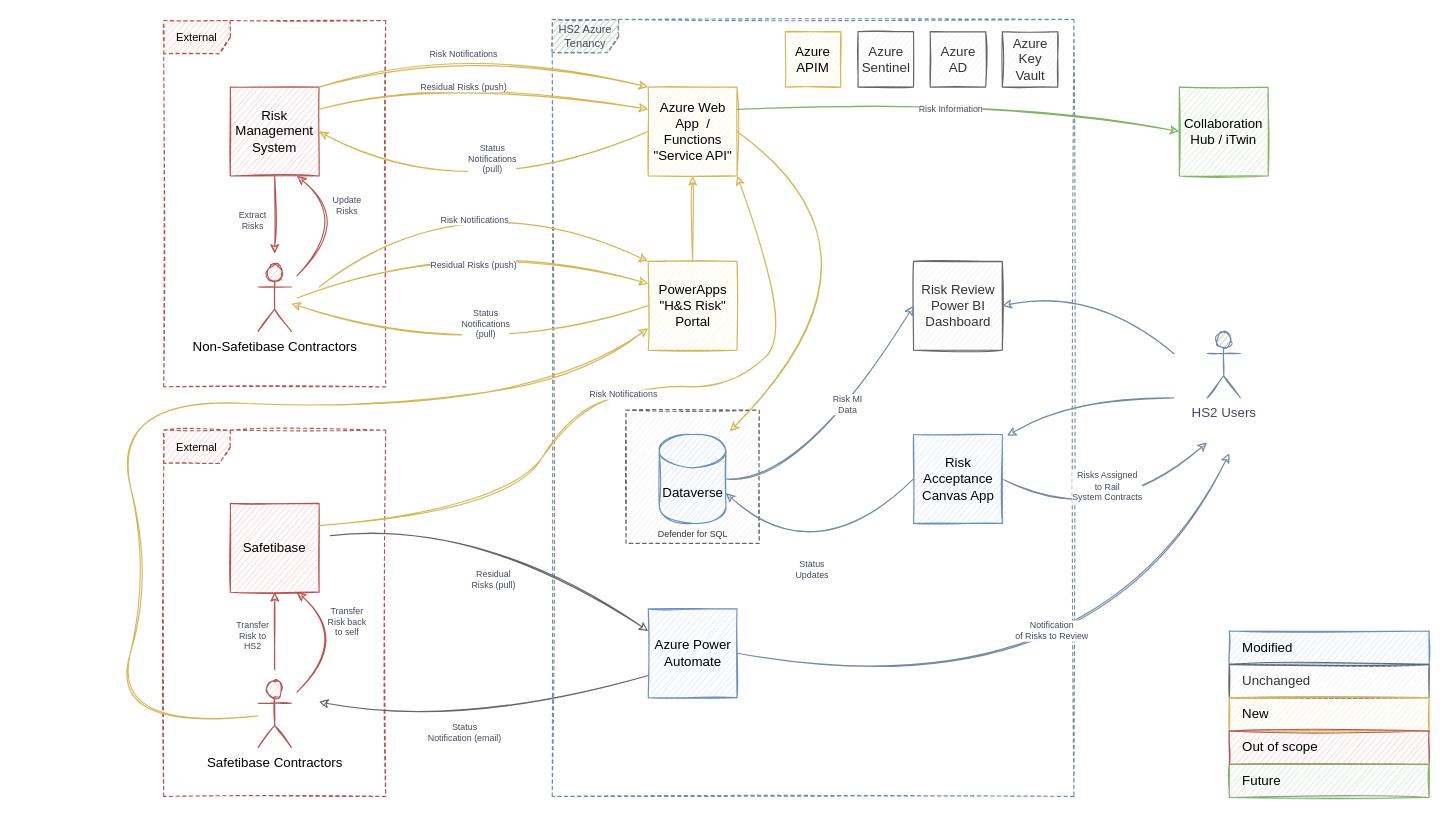
This is page "Copy of High Level Design - phase #2" (6 of 12) of P639 Diagrams.drawio from martinlt/reference, a draw.io file, before an edit. Source tidied: cells renumbered, new cells numbered last; positions are measured from the earlier drawing's top-left corner, leaving out a move shared by most shapes. Both pictures are drawn from the tidied source at 111%, with x=0, y=0 at pixel (108, 19).
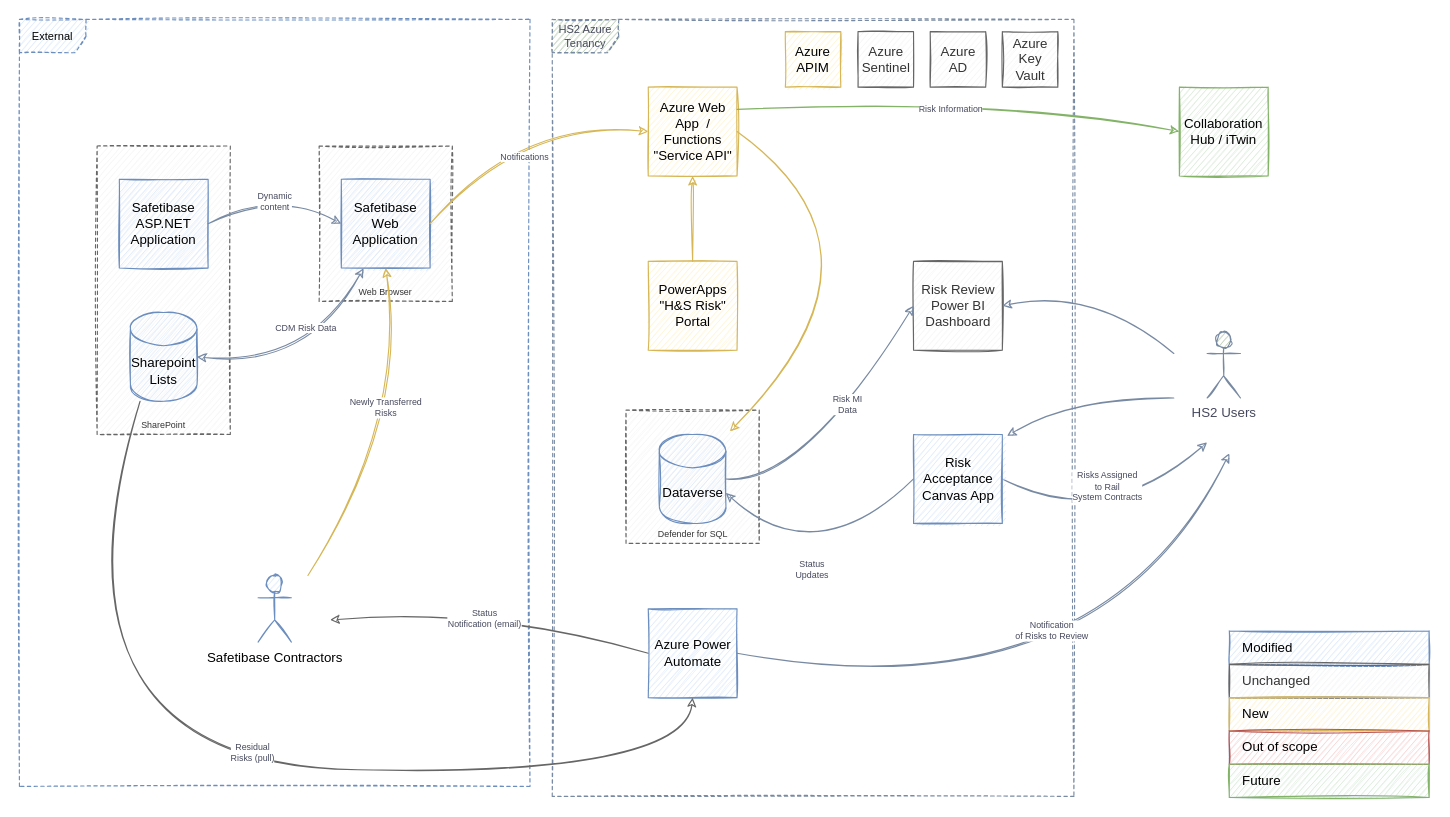
The same diagram, later.

Unchanged cells that the change refers to:
```xml
<mxCell id="6" value="Azure Power&lt;br&gt;Automate" style="whiteSpace=wrap;html=1;fillColor=#dae8fc;strokeColor=#6c8ebf;sketch=1;" parent="1" vertex="1">
  <mxGeometry x="486.5" y="531" width="80" height="80" as="geometry" />
</mxCell>
<mxCell id="38" value="Azure Web App&amp;nbsp; / Functions&lt;div&gt;&quot;Service API&quot;&lt;br&gt;&lt;/div&gt;" style="whiteSpace=wrap;html=1;fillColor=#fff2cc;strokeColor=#d6b656;sketch=1;" parent="1" vertex="1">
  <mxGeometry x="486.5" y="61" width="80" height="80" as="geometry" />
</mxCell>
<mxCell id="39" value="PowerApps &quot;H&amp;amp;S Risk&quot; Portal" style="whiteSpace=wrap;html=1;fillColor=#fff2cc;strokeColor=#d6b656;sketch=1;" parent="1" vertex="1">
  <mxGeometry x="486.5" y="218" width="80" height="80" as="geometry" />
</mxCell>
```

Change to the diagram source:
```diff
@@
-    <mxCell id="2" value="External" style="shape=umlFrame;whiteSpace=wrap;html=1;rounded=0;fillColor=#f8cecc;strokeColor=#b85450;dashed=1;fontSize=10;sketch=1;" parent="1" vertex="1">
-      <mxGeometry x="50" y="370" width="200" height="330" as="geometry" />
+    <mxCell id="2" value="External" style="shape=umlFrame;whiteSpace=wrap;html=1;rounded=0;fillColor=#dae8fc;strokeColor=#6c8ebf;dashed=1;fontSize=10;sketch=1;" parent="1" vertex="1">
+      <mxGeometry x="-80" width="460" height="691" as="geometry" />
     </mxCell>
+    <mxCell id="51" value="Web Browser" style="rounded=0;whiteSpace=wrap;html=1;dashed=1;sketch=1;strokeColor=#666666;align=center;verticalAlign=bottom;fontFamily=Helvetica;fontSize=8;fontColor=#333333;fillColor=#f5f5f5;" parent="1" vertex="1">
+      <mxGeometry x="190" y="114" width="120" height="140" as="geometry" />
+    </mxCell>
+    <mxCell id="52" value="SharePoint" style="rounded=0;whiteSpace=wrap;html=1;dashed=1;sketch=1;strokeColor=#666666;align=center;verticalAlign=bottom;fontFamily=Helvetica;fontSize=8;fontColor=#333333;fillColor=#f5f5f5;" parent="1" vertex="1">
+      <mxGeometry x="-10" y="114" width="120" height="260" as="geometry" />
+    </mxCell>
@@
-    <mxCell id="5" value="Status&lt;br style=&quot;font-size: 8px;&quot;&gt;Notification (email)" style="curved=1;endArrow=none;html=1;rounded=0;entryX=0;entryY=0.75;entryDx=0;entryDy=0;startArrow=classic;startFill=1;endFill=0;fontSize=8;strokeColor=#666666;fontColor=#46495D;sketch=1;fillColor=#f5f5f5;exitX=0.7;exitY=0.742;exitDx=0;exitDy=0;exitPerimeter=0;" parent="1" edge="1" source="2" target="6">
-      <mxGeometry x="-0.13" y="-2" relative="1" as="geometry">
+    <mxCell id="5" value="Status&lt;br style=&quot;font-size: 8px;&quot;&gt;Notification (email)" style="curved=1;endArrow=none;html=1;rounded=0;entryX=0;entryY=0.5;entryDx=0;entryDy=0;startArrow=classic;startFill=1;endFill=0;fontSize=8;strokeColor=#666666;fontColor=#46495D;sketch=1;fillColor=#f5f5f5;" parent="1" edge="1" target="6">
+      <mxGeometry x="-0.03" y="-9" relative="1" as="geometry">
+        <mxPoint x="200" y="541" as="sourcePoint" />
         <Array as="points">
-          <mxPoint x="320" y="641" />
+          <mxPoint x="340" y="531" />
         </Array>
       </mxGeometry>
     </mxCell>
@@
-    <mxCell id="7" value="Residual&lt;br style=&quot;font-size: 8px;&quot;&gt;Risks (pull)" style="curved=1;endArrow=classic;html=1;rounded=0;fontSize=8;entryX=0;entryY=0.25;entryDx=0;entryDy=0;strokeColor=#666666;fontColor=#46495D;sketch=1;fillColor=#f5f5f5;endFill=0;startArrow=none;startFill=0;exitX=0.75;exitY=0.288;exitDx=0;exitDy=0;exitPerimeter=0;" parent="1" edge="1" source="2" target="6">
-      <mxGeometry x="0.11" y="-40" relative="1" as="geometry">
+    <mxCell id="7" value="Residual&lt;br style=&quot;font-size: 8px;&quot;&gt;Risks (pull)" style="curved=1;endArrow=classic;html=1;rounded=0;fontSize=8;entryX=0.5;entryY=1;entryDx=0;entryDy=0;strokeColor=#666666;fontColor=#46495D;sketch=1;fillColor=#f5f5f5;endFill=0;startArrow=none;startFill=0;exitX=0.145;exitY=1;exitDx=0;exitDy=-4.35;exitPerimeter=0;" parent="1" edge="1" target="6">
+      <mxGeometry x="0.08" y="13" relative="1" as="geometry">
+        <mxPoint x="28.7" y="344" as="sourcePoint" />
         <Array as="points">
-          <mxPoint x="340" y="451" />
+          <mxPoint x="-70" y="671" />
+          <mxPoint x="520" y="681" />
         </Array>
       </mxGeometry>
     </mxCell>
@@
-    <mxCell id="21" value="Safetibase" style="whiteSpace=wrap;html=1;fillColor=#f8cecc;strokeColor=#b85450;sketch=1;" parent="1" vertex="1">
-      <mxGeometry x="110" y="436" width="80" height="80" as="geometry" />
+    <mxCell id="21" value="Safetibase ASP.NET&lt;div&gt;Application&lt;/div&gt;" style="whiteSpace=wrap;html=1;fillColor=#dae8fc;strokeColor=#6c8ebf;sketch=1;" parent="1" vertex="1">
+      <mxGeometry x="10" y="144" width="80" height="80" as="geometry" />
     </mxCell>
-    <mxCell id="22" value="Transfer&lt;br style=&quot;font-size: 8px;&quot;&gt;Risk to&lt;br style=&quot;font-size: 8px;&quot;&gt;HS2" style="endArrow=classic;html=1;rounded=0;exitX=0.5;exitY=0;exitDx=0;exitDy=0;fontSize=8;strokeColor=#b85450;fontColor=#46495D;sketch=1;fillColor=#f8cecc;" parent="1" edge="1" target="21">
-      <mxGeometry x="-0.14" y="20" relative="1" as="geometry">
-        <mxPoint x="150" y="586" as="sourcePoint" />
-      </mxGeometry>
-    </mxCell>
-    <mxCell id="23" value="Safetibase Contractors" style="shape=umlActor;verticalLabelPosition=bottom;verticalAlign=top;html=1;outlineConnect=0;rounded=0;fillColor=#f8cecc;strokeColor=#b85450;sketch=1;" parent="1" vertex="1">
-      <mxGeometry x="135" y="596" width="30" height="60" as="geometry" />
+    <mxCell id="23" value="Safetibase Contractors" style="shape=umlActor;verticalLabelPosition=bottom;verticalAlign=top;html=1;outlineConnect=0;rounded=0;fillColor=#dae8fc;strokeColor=#6c8ebf;sketch=1;" parent="1" vertex="1">
+      <mxGeometry x="135" y="501" width="30" height="60" as="geometry" />
     </mxCell>
-    <mxCell id="24" value="Transfer&lt;br style=&quot;font-size: 8px;&quot;&gt;Risk back&lt;br style=&quot;font-size: 8px;&quot;&gt;to self" style="curved=1;endArrow=none;html=1;rounded=0;startArrow=classic;startFill=1;endFill=0;exitX=0.75;exitY=1;exitDx=0;exitDy=0;fontSize=8;strokeColor=#b85450;fontColor=#46495D;sketch=1;fillColor=#f8cecc;" parent="1" edge="1" source="21">
-      <mxGeometry x="-0.23" y="7" relative="1" as="geometry">
-        <mxPoint x="170" y="606" as="targetPoint" />
-        <Array as="points">
-          <mxPoint x="220" y="556" />
-        </Array>
-      </mxGeometry>
-    </mxCell>
-    <mxCell id="25" value="External" style="shape=umlFrame;whiteSpace=wrap;html=1;rounded=0;fillColor=#f8cecc;strokeColor=#b85450;dashed=1;fontSize=10;sketch=1;" parent="1" vertex="1">
-      <mxGeometry x="50" y="1" width="200" height="330" as="geometry" />
-    </mxCell>
-    <mxCell id="26" value="Risk Management&lt;div&gt;System&lt;/div&gt;" style="whiteSpace=wrap;html=1;fillColor=#f8cecc;strokeColor=#b85450;sketch=1;" parent="1" vertex="1">
-      <mxGeometry x="110" y="61" width="80" height="80" as="geometry" />
-    </mxCell>
-    <mxCell id="27" value="Extract&lt;div&gt;Risks&lt;/div&gt;" style="endArrow=none;html=1;rounded=0;exitX=0.5;exitY=0;exitDx=0;exitDy=0;fontSize=8;strokeColor=#b85450;fontColor=#46495D;sketch=1;fillColor=#f8cecc;startArrow=classic;startFill=0;endFill=0;" parent="1" edge="1" target="26">
-      <mxGeometry x="-0.14" y="20" relative="1" as="geometry">
-        <mxPoint x="150" y="211" as="sourcePoint" />
-      </mxGeometry>
-    </mxCell>
-    <mxCell id="28" value="Non-Safetibase Contractors" style="shape=umlActor;verticalLabelPosition=bottom;verticalAlign=top;html=1;outlineConnect=0;rounded=0;fillColor=#f8cecc;strokeColor=#b85450;sketch=1;" parent="1" vertex="1">
-      <mxGeometry x="135" y="221" width="30" height="60" as="geometry" />
-    </mxCell>
-    <mxCell id="29" value="Update&lt;div&gt;Risks&lt;/div&gt;" style="curved=1;endArrow=none;html=1;rounded=0;startArrow=classic;startFill=1;endFill=0;exitX=0.75;exitY=1;exitDx=0;exitDy=0;fontSize=8;strokeColor=#b85450;fontColor=#46495D;sketch=1;fillColor=#f8cecc;" parent="1" edge="1" source="26">
-      <mxGeometry x="-0.23" y="7" relative="1" as="geometry">
-        <mxPoint x="170" y="231" as="targetPoint" />
-        <Array as="points">
-          <mxPoint x="220" y="181" />
-        </Array>
-      </mxGeometry>
-    </mxCell>
-    <mxCell id="30" value="Residual Risks (push)" style="curved=1;endArrow=none;html=1;rounded=0;startArrow=classic;startFill=1;endFill=0;exitX=0;exitY=0.25;exitDx=0;exitDy=0;fontSize=8;strokeColor=#d6b656;fontColor=#46495D;sketch=1;fillColor=#fff2cc;entryX=1;entryY=0.25;entryDx=0;entryDy=0;" parent="1" edge="1" source="38" target="26">
-      <mxGeometry x="0.11" y="8" relative="1" as="geometry">
-        <Array as="points">
-          <mxPoint x="310" y="51" />
-        </Array>
-      </mxGeometry>
-    </mxCell>
-    <mxCell id="31" value="Status&lt;div&gt;Notifications&lt;/div&gt;&lt;div&gt;(pull)&lt;/div&gt;" style="curved=1;endArrow=none;html=1;rounded=0;startArrow=classic;startFill=1;endFill=0;fontSize=8;strokeColor=#d6b656;fontColor=#46495D;sketch=1;fillColor=#fff2cc;entryX=0;entryY=0.5;entryDx=0;entryDy=0;exitX=1;exitY=0.5;exitDx=0;exitDy=0;" parent="1" edge="1" source="26" target="38">
-      <mxGeometry x="0.15" y="31" relative="1" as="geometry">
-        <Array as="points">
-          <mxPoint x="320" y="171" />
-        </Array>
-      </mxGeometry>
-    </mxCell>
@@
-    <mxCell id="41" value="Residual Risks (push)" style="curved=1;endArrow=none;html=1;rounded=0;startArrow=classic;startFill=1;endFill=0;exitX=0;exitY=0.25;exitDx=0;exitDy=0;fontSize=8;strokeColor=#d6b656;fontColor=#46495D;sketch=1;fillColor=#fff2cc;sourcePerimeterSpacing=0;targetPerimeterSpacing=0;" parent="1" edge="1" source="39">
-      <mxGeometry x="-0.07" y="26" relative="1" as="geometry">
-        <mxPoint x="170" y="251" as="targetPoint" />
-        <Array as="points">
-          <mxPoint x="320" y="191" />
-        </Array>
-      </mxGeometry>
-    </mxCell>
-    <mxCell id="42" value="Status&lt;div&gt;Notifications&lt;/div&gt;&lt;div&gt;(pull)&lt;/div&gt;" style="curved=1;endArrow=none;html=1;rounded=0;startArrow=classic;startFill=1;endFill=0;fontSize=8;strokeColor=#d6b656;fontColor=#46495D;sketch=1;fillColor=#fff2cc;entryX=0;entryY=0.5;entryDx=0;entryDy=0;" parent="1" edge="1" source="28" target="39">
-      <mxGeometry x="0.15" y="31" relative="1" as="geometry">
-        <Array as="points">
-          <mxPoint x="330" y="311" />
-        </Array>
-      </mxGeometry>
-    </mxCell>
-    <mxCell id="43" value="Risk Notifications" style="curved=1;endArrow=none;html=1;rounded=0;startArrow=classic;startFill=1;endFill=0;exitX=0;exitY=0;exitDx=0;exitDy=0;fontSize=8;strokeColor=#d6b656;fontColor=#46495D;sketch=1;fillColor=#fff2cc;sourcePerimeterSpacing=0;targetPerimeterSpacing=0;" parent="1" edge="1" source="39">
-      <mxGeometry x="-0.09" y="32" relative="1" as="geometry">
-        <mxPoint x="190" y="241" as="targetPoint" />
-        <Array as="points">
-          <mxPoint x="320" y="141" />
-        </Array>
-      </mxGeometry>
-    </mxCell>
-    <mxCell id="44" value="Risk Notifications" style="curved=1;endArrow=none;html=1;rounded=0;startArrow=classic;startFill=1;endFill=0;exitX=0;exitY=0;exitDx=0;exitDy=0;fontSize=8;strokeColor=#d6b656;fontColor=#46495D;sketch=1;fillColor=#fff2cc;sourcePerimeterSpacing=0;targetPerimeterSpacing=0;entryX=1;entryY=0;entryDx=0;entryDy=0;" parent="1" edge="1" source="38" target="26">
-      <mxGeometry x="0.13" y="10" relative="1" as="geometry">
-        <Array as="points">
-          <mxPoint x="320" y="21" />
-        </Array>
-      </mxGeometry>
-    </mxCell>
@@
-    <mxCell id="47" style="curved=1;endArrow=none;html=1;rounded=0;startArrow=classic;startFill=1;endFill=0;exitX=0;exitY=0.75;exitDx=0;exitDy=0;fontSize=8;strokeColor=#d6b656;fontColor=#46495D;sketch=1;fillColor=#fff2cc;sourcePerimeterSpacing=0;targetPerimeterSpacing=0;" parent="1" edge="1" source="39" target="23">
-      <mxGeometry relative="1" as="geometry">
-        <Array as="points">
-          <mxPoint x="430" y="321" />
-          <mxPoint x="250" y="351" />
-          <mxPoint y="341" />
-          <mxPoint x="40" y="501" />
-          <mxPoint y="641" />
-        </Array>
-      </mxGeometry>
-    </mxCell>
-    <mxCell id="48" value="Risk Notifications" style="curved=1;endArrow=none;html=1;rounded=0;startArrow=classic;startFill=1;endFill=0;exitX=1;exitY=1;exitDx=0;exitDy=0;fontSize=8;strokeColor=#d6b656;fontColor=#46495D;sketch=1;fillColor=#fff2cc;sourcePerimeterSpacing=0;targetPerimeterSpacing=0;entryX=1;entryY=0.25;entryDx=0;entryDy=0;" parent="1" edge="1" source="38" target="21">
-      <mxGeometry relative="1" as="geometry">
-        <Array as="points">
-          <mxPoint x="620" y="281" />
-          <mxPoint x="560" y="331" />
-          <mxPoint x="490" y="331" />
-          <mxPoint x="420" y="351" />
-          <mxPoint x="360" y="441" />
-        </Array>
-      </mxGeometry>
-    </mxCell>
@@
+    <mxCell id="53" value="Safetibase&lt;div&gt;Web Application&lt;/div&gt;" style="whiteSpace=wrap;html=1;fillColor=#dae8fc;strokeColor=#6c8ebf;sketch=1;" parent="1" vertex="1">
+      <mxGeometry x="210" y="144" width="80" height="80" as="geometry" />
+    </mxCell>
+    <mxCell id="54" value="Sharepoint&lt;div&gt;Lists&lt;/div&gt;" style="shape=cylinder3;whiteSpace=wrap;html=1;boundedLbl=1;backgroundOutline=1;size=15;fillColor=#dae8fc;strokeColor=#6c8ebf;sketch=1;" parent="1" vertex="1">
+      <mxGeometry x="20" y="264" width="60" height="80" as="geometry" />
+    </mxCell>
+    <mxCell id="55" value="CDM Risk Data" style="curved=1;endArrow=classic;html=1;rounded=0;startArrow=classic;startFill=1;endFill=1;exitX=1;exitY=0.5;exitDx=0;exitDy=0;fontSize=8;strokeColor=#788AA3;fontColor=#46495D;sketch=1;exitPerimeter=0;entryX=0.25;entryY=1;entryDx=0;entryDy=0;" parent="1" edge="1" source="54" target="53">
+      <mxGeometry x="0.29" y="19" relative="1" as="geometry">
+        <Array as="points">
+          <mxPoint x="180" y="314" />
+        </Array>
+      </mxGeometry>
+    </mxCell>
+    <mxCell id="56" value="Notifications" style="curved=1;endArrow=none;html=1;rounded=0;startArrow=classic;startFill=1;endFill=0;fontSize=8;strokeColor=#d6b656;fontColor=#46495D;sketch=1;fillColor=#fff2cc;sourcePerimeterSpacing=0;targetPerimeterSpacing=0;entryX=1;entryY=0.5;entryDx=0;entryDy=0;exitX=0;exitY=0.5;exitDx=0;exitDy=0;" parent="1" edge="1" source="38" target="53">
+      <mxGeometry x="-0.09" y="32" relative="1" as="geometry">
+        <Array as="points">
+          <mxPoint x="370" y="91" />
+        </Array>
+      </mxGeometry>
+    </mxCell>
+    <mxCell id="57" value="Dynamic&lt;div&gt;content&lt;/div&gt;" style="curved=1;endArrow=classic;html=1;rounded=0;startArrow=none;startFill=0;endFill=1;exitX=1;exitY=0.5;exitDx=0;exitDy=0;fontSize=8;strokeColor=#788AA3;fontColor=#46495D;sketch=1;entryX=0;entryY=0.5;entryDx=0;entryDy=0;" parent="1" edge="1" source="21" target="53">
+      <mxGeometry x="0.07" y="-9" relative="1" as="geometry">
+        <Array as="points">
+          <mxPoint x="150" y="154" />
+        </Array>
+      </mxGeometry>
+    </mxCell>
+    <mxCell id="58" value="Newly Transferred&lt;div&gt;Risks&lt;/div&gt;" style="curved=1;endArrow=none;html=1;rounded=0;startArrow=classic;startFill=1;endFill=0;fontSize=8;strokeColor=#d6b656;fontColor=#46495D;sketch=1;fillColor=#fff2cc;sourcePerimeterSpacing=0;targetPerimeterSpacing=0;entryX=0.565;entryY=0.725;entryDx=0;entryDy=0;exitX=0.5;exitY=1;exitDx=0;exitDy=0;entryPerimeter=0;" parent="1" edge="1" source="53" target="2">
+      <mxGeometry x="-0.18" y="-18" relative="1" as="geometry">
+        <Array as="points">
+          <mxPoint x="270" y="361" />
+        </Array>
+      </mxGeometry>
+    </mxCell>
```
